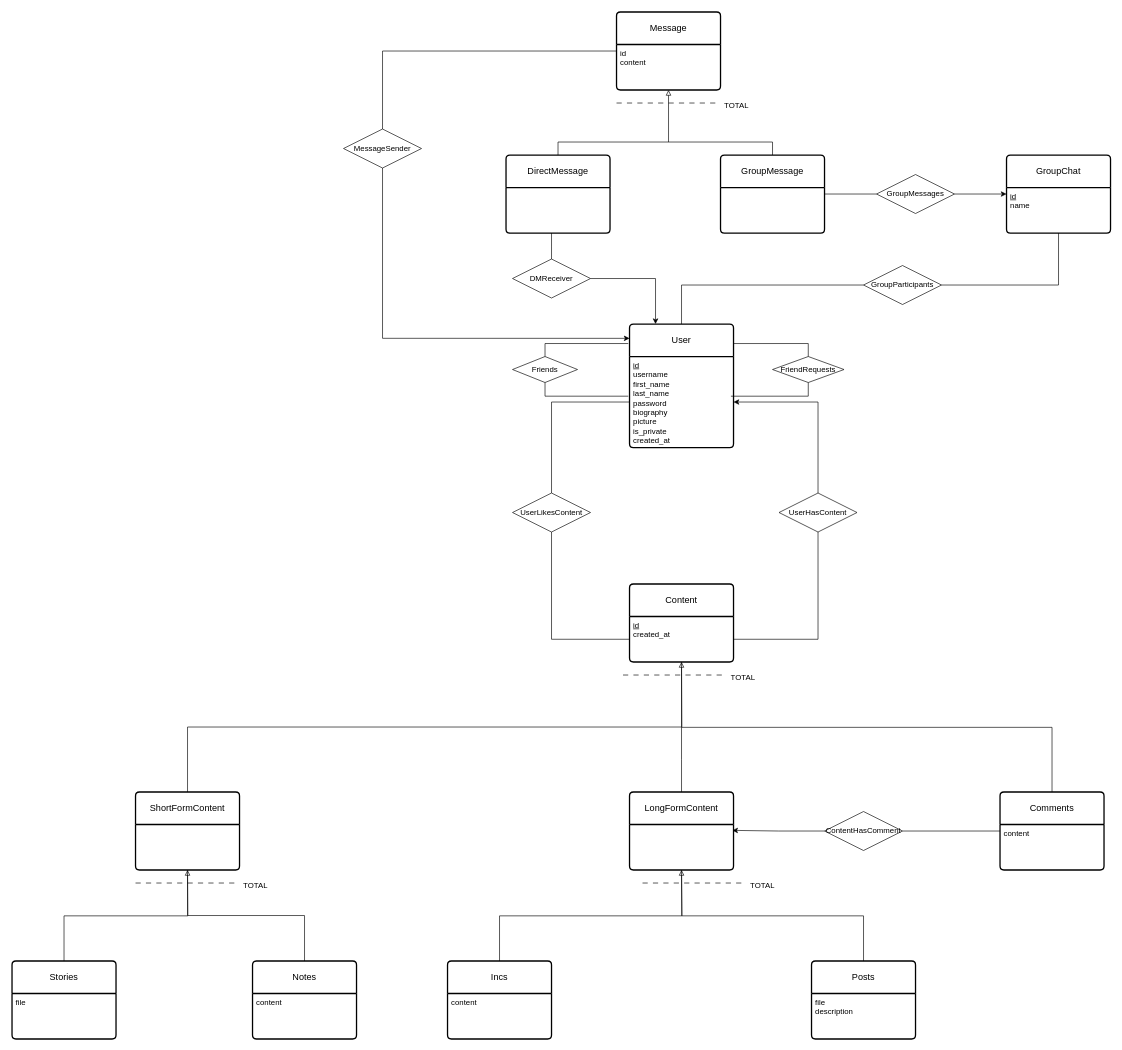
The draw.io diagram docs/database/ER/ModeloEntidadeRelacao.drawio in edagener0/Inclusion, before the edit. Source tidied: cells renumbered, new cells numbered last; positions are measured from the earlier drawing's top-left corner, leaving out a move shared by most shapes. Both pictures are drawn from the tidied source at 65%, with x=0, y=0 at pixel (12, 12).
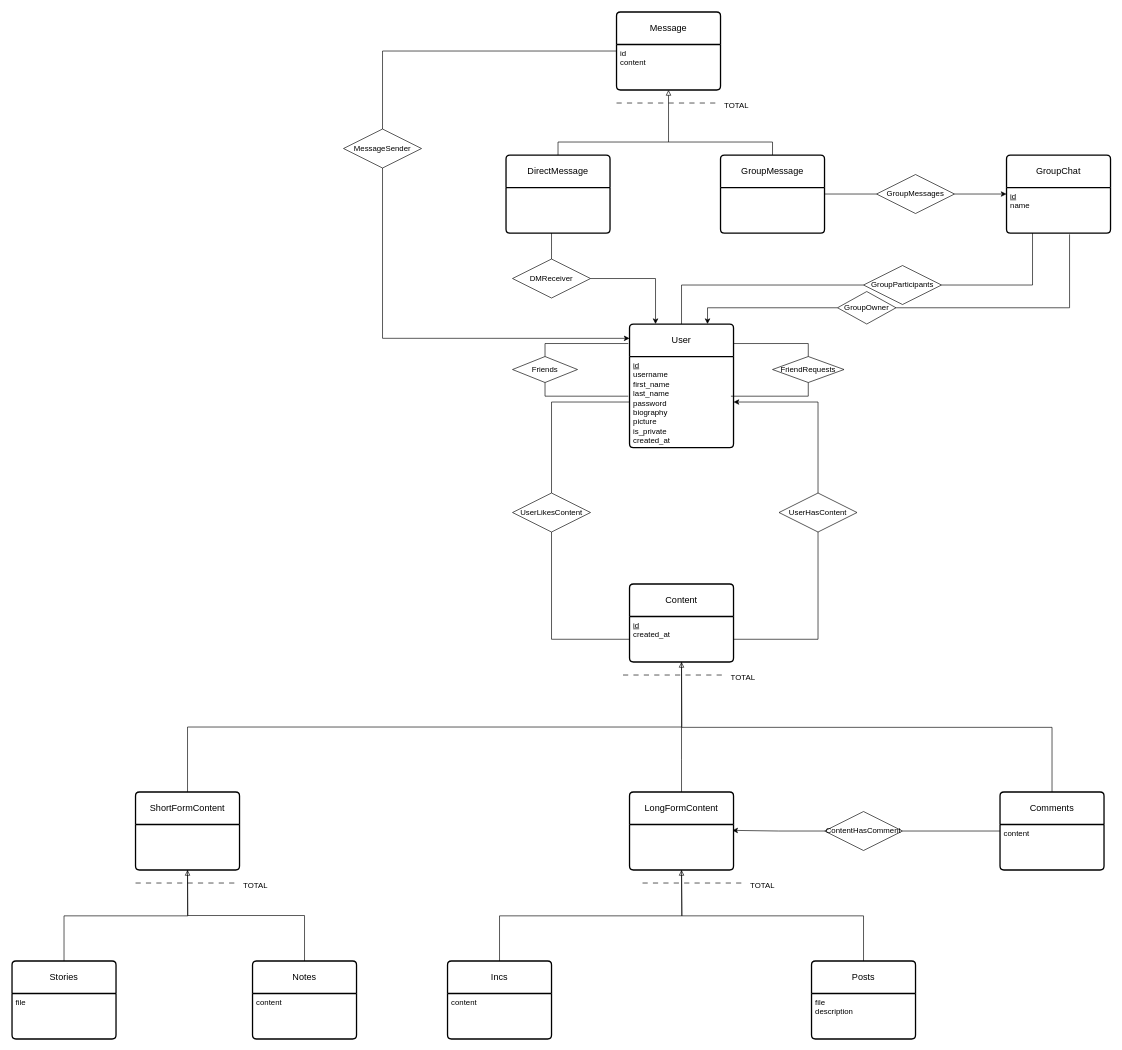
The same page after the edit.

Unchanged cells that the change refers to:
```xml
<mxCell id="4" value="User" style="swimlane;horizontal=1;startSize=50;rounded=1;fontSize=14;fontStyle=0;strokeWidth=2;shadow=0;dashed=0;align=center;arcSize=4;whiteSpace=wrap;html=1;" parent="1" vertex="1">
  <mxGeometry x="950" y="480" width="160" height="190" as="geometry" />
</mxCell>
<mxCell id="59" value="&lt;u&gt;id&lt;/u&gt;&lt;div&gt;name&lt;/div&gt;" style="align=left;strokeColor=none;fillColor=none;spacingLeft=4;spacingRight=4;fontSize=12;verticalAlign=top;html=1;whiteSpace=wrap;" parent="58" vertex="1">
  <mxGeometry y="50" width="160" height="70" as="geometry" />
</mxCell>
<mxCell id="65" value="GroupParticipants" style="shape=rhombus;perimeter=rhombusPerimeter;whiteSpace=wrap;html=1;align=center;" parent="1" vertex="1">
  <mxGeometry x="1310" y="390" width="120" height="60" as="geometry" />
</mxCell>
```

Change to the diagram source:
```diff
@@
-    <mxCell id="64" style="edgeStyle=orthogonalEdgeStyle;rounded=0;jettySize=auto;html=1;exitX=1;exitY=0.5;exitDx=0;exitDy=0;entryX=0.5;entryY=1;entryDx=0;entryDy=0;endArrow=none;startFill=0;" parent="1" edge="1" source="65" target="59">
+    <mxCell id="64" style="edgeStyle=orthogonalEdgeStyle;rounded=0;jettySize=auto;html=1;exitX=1;exitY=0.5;exitDx=0;exitDy=0;entryX=0.25;entryY=1;entryDx=0;entryDy=0;endArrow=none;startFill=0;" parent="1" edge="1" source="65" target="59">
       <mxGeometry relative="1" as="geometry" />
     </mxCell>
@@
+    <mxCell id="73" style="edgeStyle=orthogonalEdgeStyle;rounded=0;jettySize=auto;html=1;exitX=0;exitY=0.5;exitDx=0;exitDy=0;entryX=0.75;entryY=0;entryDx=0;entryDy=0;" parent="1" edge="1" source="74" target="4">
+      <mxGeometry relative="1" as="geometry" />
+    </mxCell>
+    <mxCell id="74" value="GroupOwner" style="shape=rhombus;perimeter=rhombusPerimeter;whiteSpace=wrap;html=1;align=center;" parent="1" vertex="1">
+      <mxGeometry x="1270" y="430" width="90" height="50" as="geometry" />
+    </mxCell>
+    <mxCell id="75" style="edgeStyle=orthogonalEdgeStyle;rounded=0;jettySize=auto;html=1;exitX=1;exitY=0.5;exitDx=0;exitDy=0;entryX=0.606;entryY=1.029;entryDx=0;entryDy=0;entryPerimeter=0;endArrow=none;startFill=0;" parent="1" edge="1" source="74" target="59">
+      <mxGeometry relative="1" as="geometry" />
+    </mxCell>
```
